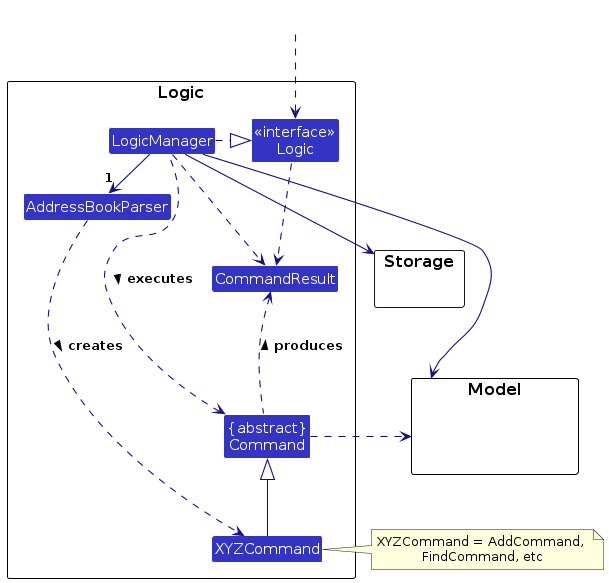
The PlantUML diagram diagrams/LogicClassDiagram.png in sudarshan2401/tp, before a commit. Its source is kept beside it as diagrams/LogicClassDiagram.puml.
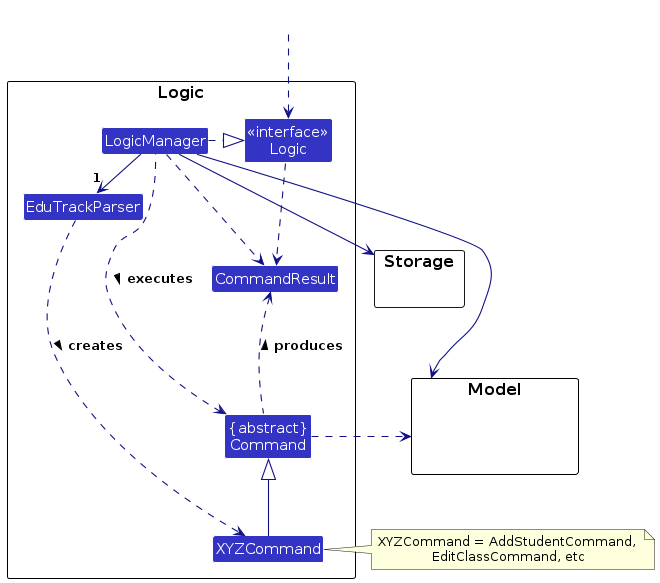
Later version of the same file.

What changed in the source:
```diff
@@ -6,7 +6,7 @@
 
 package Logic as LogicPackage {
 
-Class AddressBookParser
+Class EduTrackParser
 Class XYZCommand
 Class CommandResult
 Class "{abstract}\nCommand" as Command
@@ -27,8 +27,8 @@
 HiddenOutside ..> Logic
 
 LogicManager .right.|> Logic
-LogicManager -right->"1" AddressBookParser
-AddressBookParser ..> XYZCommand : creates >
+LogicManager -right->"1" EduTrackParser
+EduTrackParser ..> XYZCommand : creates >
 
 XYZCommand -up-|> Command
 LogicManager .left.> Command : executes >
@@ -38,7 +38,7 @@
 Storage --[hidden] Model
 Command .[hidden]up.> Storage
 Command .right.> Model
-note right of XYZCommand: XYZCommand = AddCommand, \nFindCommand, etc
+note right of XYZCommand: XYZCommand = AddStudentCommand, \nEditClassCommand, etc
 
 Logic ..> CommandResult
 LogicManager .down.> CommandResult
```
